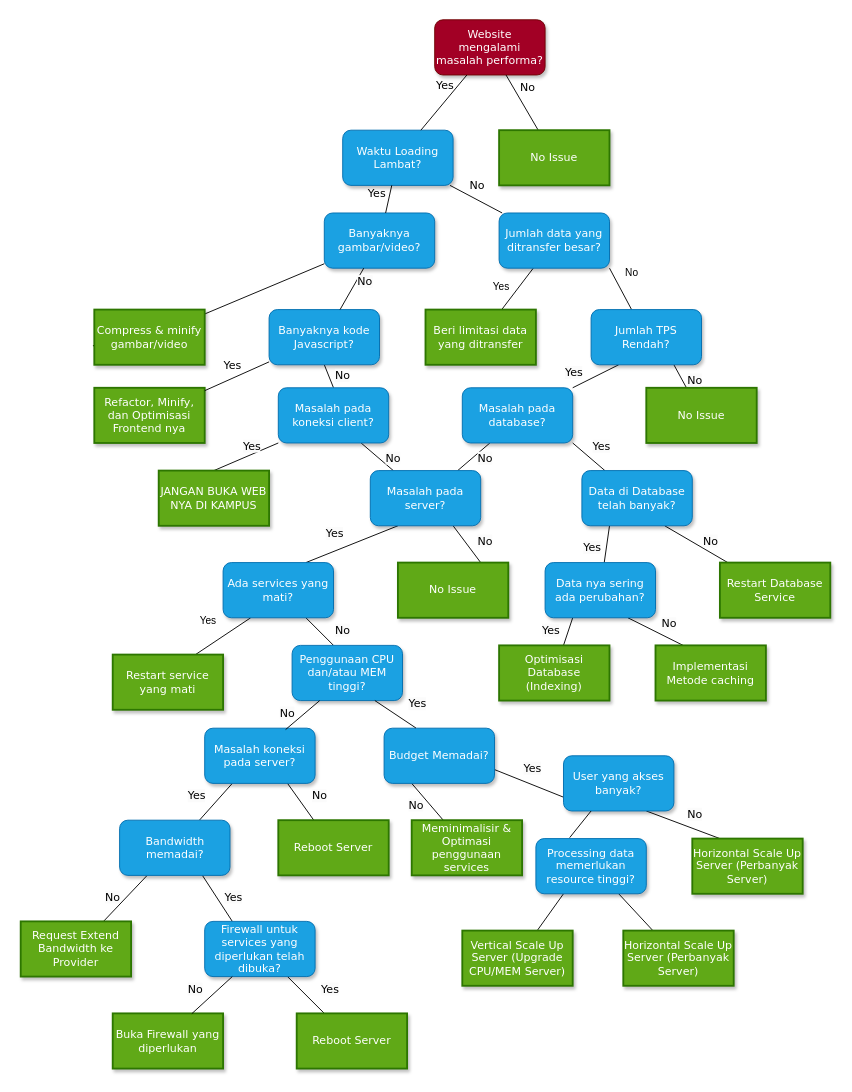
Earlier version of the draw.io diagram dc-tree-web-perf.drawio (fllaa/public-draw-io). Source tidied: cells renumbered, new cells numbered last; positions are measured from the earlier drawing's top-left corner, leaving out a move shared by most shapes. Both pictures are drawn from the tidied source at 92%, with x=0, y=0 at pixel (20, 19).
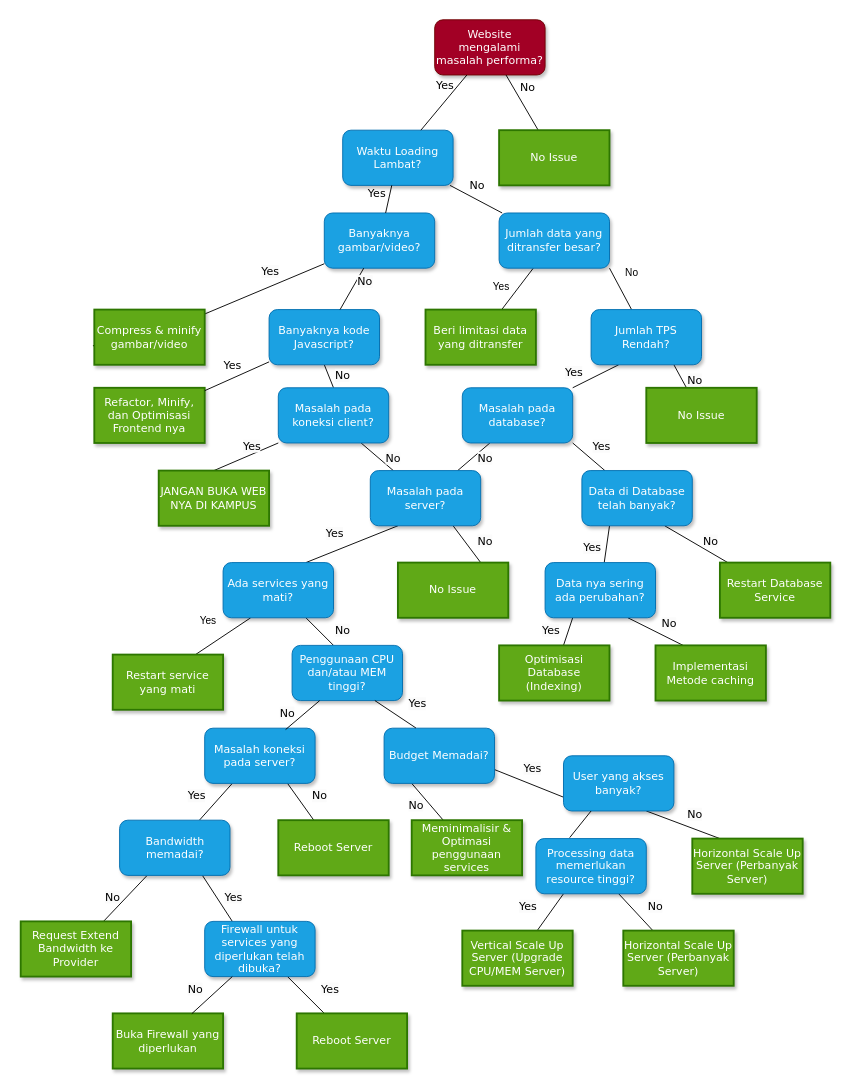
The same diagram, later.

Change to the diagram source:
```diff
@@
+    <mxCell id="108" value="&lt;span style=&quot;color: rgb(0, 0, 0); font-family: Verdana; font-size: 12px; font-style: normal; font-variant-ligatures: normal; font-variant-caps: normal; font-weight: 400; letter-spacing: normal; orphans: 2; text-align: center; text-indent: 0px; text-transform: none; widows: 2; word-spacing: 0px; -webkit-text-stroke-width: 0px; background-color: rgb(251, 251, 251); text-decoration-thickness: initial; text-decoration-style: initial; text-decoration-color: initial; float: none; display: inline !important;&quot;&gt;No&lt;/span&gt;" style="text;whiteSpace=wrap;html=1;fontSize=11;fontFamily=Helvetica;fontColor=default;" parent="1" vertex="1">
+      <mxGeometry x="680" y="950" width="30" height="30" as="geometry" />
+    </mxCell>
+    <mxCell id="109" value="&lt;span style=&quot;color: rgb(0, 0, 0); font-family: Verdana; font-size: 12px; font-style: normal; font-variant-ligatures: normal; font-variant-caps: normal; font-weight: 400; letter-spacing: normal; orphans: 2; text-align: center; text-indent: 0px; text-transform: none; widows: 2; word-spacing: 0px; -webkit-text-stroke-width: 0px; background-color: rgb(251, 251, 251); text-decoration-thickness: initial; text-decoration-style: initial; text-decoration-color: initial; float: none; display: inline !important;&quot;&gt;Yes&lt;/span&gt;" style="text;whiteSpace=wrap;html=1;fontSize=11;fontFamily=Helvetica;fontColor=default;" parent="1" vertex="1">
+      <mxGeometry x="540" y="950" width="30" height="30" as="geometry" />
+    </mxCell>
+    <mxCell id="110" value="&lt;span style=&quot;color: rgb(0, 0, 0); font-family: Verdana; font-size: 12px; font-style: normal; font-variant-ligatures: normal; font-variant-caps: normal; font-weight: 400; letter-spacing: normal; orphans: 2; text-align: center; text-indent: 0px; text-transform: none; widows: 2; word-spacing: 0px; -webkit-text-stroke-width: 0px; background-color: rgb(251, 251, 251); text-decoration-thickness: initial; text-decoration-style: initial; text-decoration-color: initial; float: none; display: inline !important;&quot;&gt;Yes&lt;/span&gt;" style="text;whiteSpace=wrap;html=1;fontSize=11;fontFamily=Helvetica;fontColor=default;" parent="1" vertex="1">
+      <mxGeometry x="260" y="260" width="30" height="30" as="geometry" />
+    </mxCell>
```
